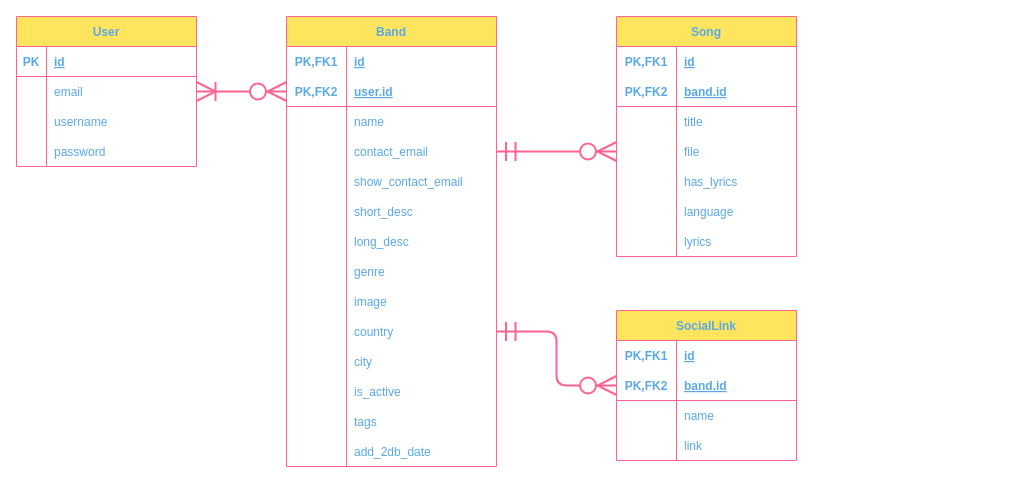
Earlier version of the draw.io diagram UML/ERD.drawio (Gruszecki/garage.online). Source tidied: cells renumbered, new cells numbered last; positions are measured from the earlier drawing's top-left corner, leaving out a move shared by most shapes. Both pictures are drawn from the tidied source at 100%, with x=0, y=0 at pixel (16, 16).
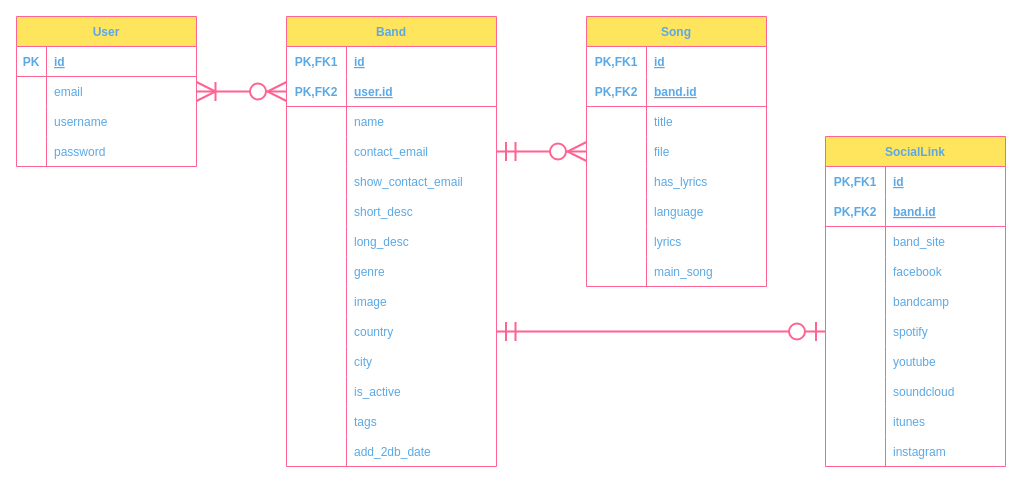
The same diagram, later.

Unchanged cells that the change refers to:
```xml
<mxCell id="29" style="shape=partialRectangle;fillColor=none;top=0;left=0;bottom=1;right=0;points=[[0,0.5],[1,0.5]];portConstraint=eastwest;rounded=0;sketch=0;fontColor=#5AA9E6;strokeColor=#FF6392;" parent="25" vertex="1">
  <mxGeometry y="60" width="180" height="30" as="geometry" />
</mxCell>
<mxCell id="32" style="shape=partialRectangle;fillColor=none;top=0;left=0;bottom=0;right=0;rounded=0;sketch=0;fontColor=#5AA9E6;strokeColor=#FF6392;" parent="25" vertex="1">
  <mxGeometry y="90" width="180" height="30" as="geometry" />
</mxCell>
<mxCell id="35" style="shape=partialRectangle;fillColor=none;top=0;left=0;bottom=0;right=0;rounded=0;sketch=0;fontColor=#5AA9E6;strokeColor=#FF6392;" parent="25" vertex="1">
  <mxGeometry y="120" width="180" height="30" as="geometry" />
</mxCell>
<mxCell id="80" style="shape=partialRectangle;fillColor=none;top=0;left=0;bottom=0;right=0;points=[[0,0.5],[1,0.5]];portConstraint=eastwest;rounded=0;sketch=0;fontColor=#5AA9E6;strokeColor=#FF6392;" parent="52" vertex="1">
  <mxGeometry y="300" width="210" height="30" as="geometry" />
</mxCell>
```

Diff of the diagram source:
```diff
@@
     <mxCell id="3" value="Song" style="shape=table;startSize=30;childLayout=tableLayout;rowLines=0;fontStyle=1;align=center;rounded=0;sketch=0;fontColor=#5AA9E6;strokeColor=#FF6392;fillColor=#FFE45E;" parent="1" vertex="1">
-      <mxGeometry x="600" width="180" height="240" as="geometry" />
+      <mxGeometry x="570" width="180" height="270" as="geometry" />
     </mxCell>
@@
+    <mxCell id="96" style="shape=partialRectangle;fillColor=none;top=0;left=0;bottom=0;right=0;rounded=0;sketch=0;fontColor=#5AA9E6;strokeColor=#FF6392;" parent="3" vertex="1">
+      <mxGeometry y="240" width="180" height="30" as="geometry" />
+    </mxCell>
+    <mxCell id="97" style="shape=partialRectangle;fillColor=none;top=0;left=0;bottom=0;right=0;overflow=hidden;rounded=0;sketch=0;fontColor=#5AA9E6;strokeColor=#FF6392;" parent="96" vertex="1">
+      <mxGeometry width="60" height="30" as="geometry" />
+    </mxCell>
+    <mxCell id="98" value="main_song" style="shape=partialRectangle;fillColor=none;top=0;left=0;bottom=0;right=0;align=left;spacingLeft=6;overflow=hidden;rounded=0;sketch=0;fontColor=#5AA9E6;strokeColor=#FF6392;" parent="96" vertex="1">
+      <mxGeometry x="60" width="120" height="30" as="geometry" />
+    </mxCell>
     <mxCell id="25" value="SocialLink" style="shape=table;startSize=30;childLayout=tableLayout;rowLines=0;fontStyle=1;align=center;rounded=0;sketch=0;fontColor=#5AA9E6;strokeColor=#FF6392;fillColor=#FFE45E;" parent="1" vertex="1">
-      <mxGeometry x="600" y="294" width="180" height="150" as="geometry" />
+      <mxGeometry x="809" y="120" width="180" height="330" as="geometry" />
     </mxCell>
@@
-    <mxCell id="34" value="name" style="shape=partialRectangle;fillColor=none;top=0;left=0;bottom=0;right=0;align=left;spacingLeft=6;overflow=hidden;rounded=0;sketch=0;fontColor=#5AA9E6;strokeColor=#FF6392;" parent="32" vertex="1">
+    <mxCell id="34" value="band_site" style="shape=partialRectangle;fillColor=none;top=0;left=0;bottom=0;right=0;align=left;spacingLeft=6;overflow=hidden;rounded=0;sketch=0;fontColor=#5AA9E6;strokeColor=#FF6392;" parent="32" vertex="1">
       <mxGeometry x="60" width="120" height="30" as="geometry" />
     </mxCell>
@@
-    <mxCell id="37" value="link" style="shape=partialRectangle;fillColor=none;top=0;left=0;bottom=0;right=0;align=left;spacingLeft=6;overflow=hidden;rounded=0;sketch=0;fontColor=#5AA9E6;strokeColor=#FF6392;" parent="35" vertex="1">
+    <mxCell id="37" value="facebook" style="shape=partialRectangle;fillColor=none;top=0;left=0;bottom=0;right=0;align=left;spacingLeft=6;overflow=hidden;rounded=0;sketch=0;fontColor=#5AA9E6;strokeColor=#FF6392;" parent="35" vertex="1">
       <mxGeometry x="60" width="120" height="30" as="geometry" />
     </mxCell>
-    <mxCell id="38" style="edgeStyle=orthogonalEdgeStyle;fontSize=12;html=1;endArrow=ERzeroToMany;startArrow=ERmandOne;rounded=1;sketch=0;fontColor=#5AA9E6;endSize=16;strokeColor=#FF6392;strokeWidth=2;fillColor=#FFE45E;startSize=16;exitX=1;exitY=0.5;exitDx=0;exitDy=0;entryX=0;entryY=0.5;entryDx=0;entryDy=0;" parent="1" edge="1" source="80" target="29">
-      <mxGeometry relative="1" as="geometry">
-        <Array as="points">
-          <mxPoint x="540" y="315" />
-          <mxPoint x="540" y="369" />
-        </Array>
-      </mxGeometry>
-    </mxCell>
+    <mxCell id="99" style="shape=partialRectangle;fillColor=none;top=0;left=0;bottom=0;right=0;rounded=0;sketch=0;fontColor=#5AA9E6;strokeColor=#FF6392;" parent="25" vertex="1">
+      <mxGeometry y="150" width="180" height="30" as="geometry" />
+    </mxCell>
+    <mxCell id="100" style="shape=partialRectangle;fillColor=none;top=0;left=0;bottom=0;right=0;overflow=hidden;rounded=0;sketch=0;fontColor=#5AA9E6;strokeColor=#FF6392;" parent="99" vertex="1">
+      <mxGeometry width="60" height="30" as="geometry" />
+    </mxCell>
+    <mxCell id="101" value="bandcamp" style="shape=partialRectangle;fillColor=none;top=0;left=0;bottom=0;right=0;align=left;spacingLeft=6;overflow=hidden;rounded=0;sketch=0;fontColor=#5AA9E6;strokeColor=#FF6392;" parent="99" vertex="1">
+      <mxGeometry x="60" width="120" height="30" as="geometry" />
+    </mxCell>
+    <mxCell id="102" style="shape=partialRectangle;fillColor=none;top=0;left=0;bottom=0;right=0;points=[[0,0.5],[1,0.5]];portConstraint=eastwest;rounded=0;sketch=0;fontColor=#5AA9E6;strokeColor=#FF6392;" parent="25" vertex="1">
+      <mxGeometry y="180" width="180" height="30" as="geometry" />
+    </mxCell>
+    <mxCell id="103" style="shape=partialRectangle;fillColor=none;top=0;left=0;bottom=0;right=0;overflow=hidden;rounded=0;sketch=0;fontColor=#5AA9E6;strokeColor=#FF6392;" parent="102" vertex="1">
+      <mxGeometry width="60" height="30" as="geometry" />
+    </mxCell>
+    <mxCell id="104" value="spotify" style="shape=partialRectangle;fillColor=none;top=0;left=0;bottom=0;right=0;align=left;spacingLeft=6;overflow=hidden;rounded=0;sketch=0;fontColor=#5AA9E6;strokeColor=#FF6392;" parent="102" vertex="1">
+      <mxGeometry x="60" width="120" height="30" as="geometry" />
+    </mxCell>
+    <mxCell id="105" style="shape=partialRectangle;fillColor=none;top=0;left=0;bottom=0;right=0;rounded=0;sketch=0;fontColor=#5AA9E6;strokeColor=#FF6392;" parent="25" vertex="1">
+      <mxGeometry y="210" width="180" height="30" as="geometry" />
+    </mxCell>
+    <mxCell id="106" style="shape=partialRectangle;fillColor=none;top=0;left=0;bottom=0;right=0;overflow=hidden;rounded=0;sketch=0;fontColor=#5AA9E6;strokeColor=#FF6392;" parent="105" vertex="1">
+      <mxGeometry width="60" height="30" as="geometry" />
+    </mxCell>
+    <mxCell id="107" value="youtube" style="shape=partialRectangle;fillColor=none;top=0;left=0;bottom=0;right=0;align=left;spacingLeft=6;overflow=hidden;rounded=0;sketch=0;fontColor=#5AA9E6;strokeColor=#FF6392;" parent="105" vertex="1">
+      <mxGeometry x="60" width="120" height="30" as="geometry" />
+    </mxCell>
+    <mxCell id="108" style="shape=partialRectangle;fillColor=none;top=0;left=0;bottom=0;right=0;rounded=0;sketch=0;fontColor=#5AA9E6;strokeColor=#FF6392;" parent="25" vertex="1">
+      <mxGeometry y="240" width="180" height="30" as="geometry" />
+    </mxCell>
+    <mxCell id="109" style="shape=partialRectangle;fillColor=none;top=0;left=0;bottom=0;right=0;overflow=hidden;rounded=0;sketch=0;fontColor=#5AA9E6;strokeColor=#FF6392;" parent="108" vertex="1">
+      <mxGeometry width="60" height="30" as="geometry" />
+    </mxCell>
+    <mxCell id="110" value="soundcloud" style="shape=partialRectangle;fillColor=none;top=0;left=0;bottom=0;right=0;align=left;spacingLeft=6;overflow=hidden;rounded=0;sketch=0;fontColor=#5AA9E6;strokeColor=#FF6392;" parent="108" vertex="1">
+      <mxGeometry x="60" width="120" height="30" as="geometry" />
+    </mxCell>
+    <mxCell id="111" style="shape=partialRectangle;fillColor=none;top=0;left=0;bottom=0;right=0;rounded=0;sketch=0;fontColor=#5AA9E6;strokeColor=#FF6392;" parent="25" vertex="1">
+      <mxGeometry y="270" width="180" height="30" as="geometry" />
+    </mxCell>
+    <mxCell id="112" style="shape=partialRectangle;fillColor=none;top=0;left=0;bottom=0;right=0;overflow=hidden;rounded=0;sketch=0;fontColor=#5AA9E6;strokeColor=#FF6392;" parent="111" vertex="1">
+      <mxGeometry width="60" height="30" as="geometry" />
+    </mxCell>
+    <mxCell id="113" value="itunes" style="shape=partialRectangle;fillColor=none;top=0;left=0;bottom=0;right=0;align=left;spacingLeft=6;overflow=hidden;rounded=0;sketch=0;fontColor=#5AA9E6;strokeColor=#FF6392;" parent="111" vertex="1">
+      <mxGeometry x="60" width="120" height="30" as="geometry" />
+    </mxCell>
+    <mxCell id="114" style="shape=partialRectangle;fillColor=none;top=0;left=0;bottom=0;right=0;rounded=0;sketch=0;fontColor=#5AA9E6;strokeColor=#FF6392;" parent="25" vertex="1">
+      <mxGeometry y="300" width="180" height="30" as="geometry" />
+    </mxCell>
+    <mxCell id="115" style="shape=partialRectangle;fillColor=none;top=0;left=0;bottom=0;right=0;overflow=hidden;rounded=0;sketch=0;fontColor=#5AA9E6;strokeColor=#FF6392;" parent="114" vertex="1">
+      <mxGeometry width="60" height="30" as="geometry" />
+    </mxCell>
+    <mxCell id="116" value="instagram" style="shape=partialRectangle;fillColor=none;top=0;left=0;bottom=0;right=0;align=left;spacingLeft=6;overflow=hidden;rounded=0;sketch=0;fontColor=#5AA9E6;strokeColor=#FF6392;" parent="114" vertex="1">
+      <mxGeometry x="60" width="120" height="30" as="geometry" />
+    </mxCell>
@@
+    <mxCell id="117" style="edgeStyle=orthogonalEdgeStyle;fontSize=12;html=1;endArrow=ERmandOne;startArrow=ERzeroToOne;rounded=1;endFill=0;strokeColor=#FF6392;strokeWidth=2;endSize=16;startSize=16;entryX=1;entryY=0.5;entryDx=0;entryDy=0;exitX=0;exitY=0.5;exitDx=0;exitDy=0;" parent="1" edge="1" source="102" target="80">
+      <mxGeometry relative="1" as="geometry" />
+    </mxCell>
```
